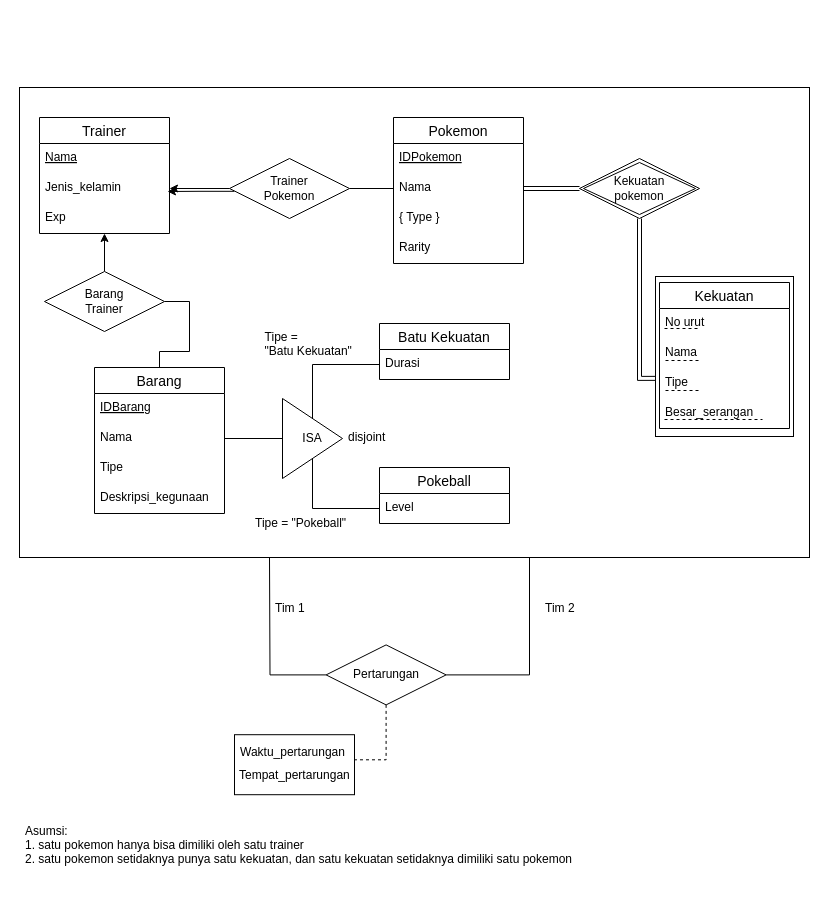
codfikri/coursera-test keeps this draw.io diagram as ER minggu 9 2.drawio. Above is the earlier version. Source tidied: cells renumbered, new cells numbered last; positions are measured from the earlier drawing's top-left corner, leaving out a move shared by most shapes. Both pictures are drawn from the tidied source at 100%, with x=0, y=0 at pixel (19, 87).
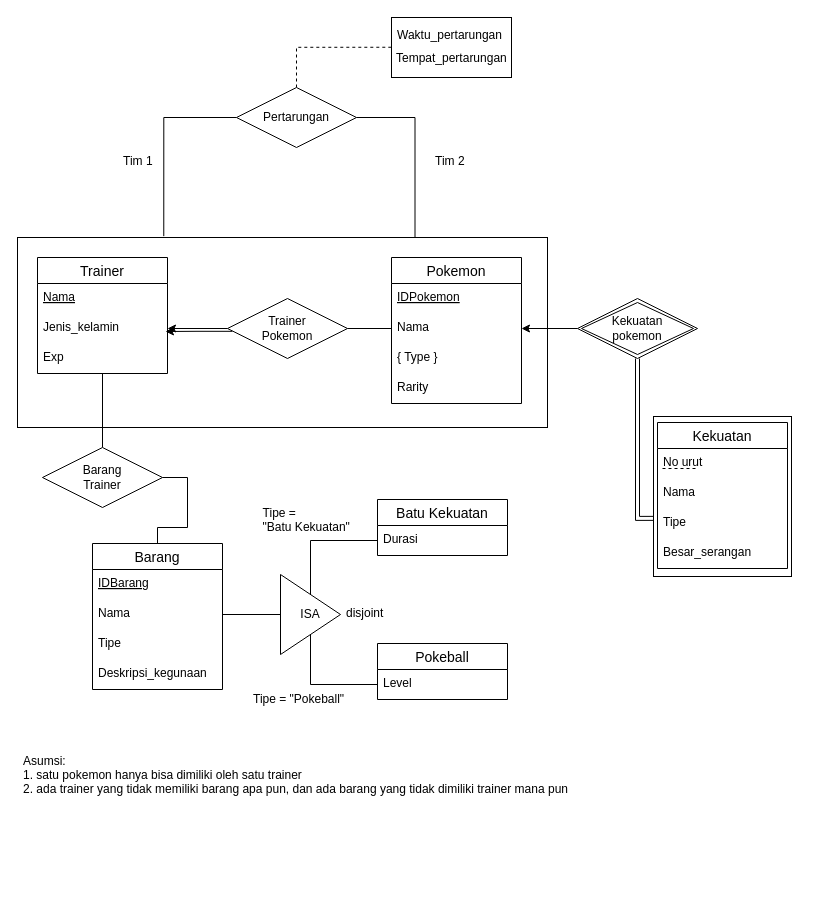
After the change.

Unchanged cells that the change refers to:
```xml
<mxCell id="10" value="Nama" style="text;strokeColor=none;fillColor=none;spacingLeft=4;spacingRight=4;overflow=hidden;points=[[0,0.5],[1,0.5]];portConstraint=eastwest;fontSize=12;" parent="8" vertex="1">
  <mxGeometry y="56" width="130" height="30" as="geometry" />
</mxCell>
```

The edit, as a diff of the source:
```diff
@@
-    <mxCell id="2" style="rounded=0;whiteSpace=wrap;html=1;" parent="1" vertex="1">
-      <mxGeometry width="790" height="470" as="geometry" />
-    </mxCell>
+    <mxCell id="58" style="rounded=0;whiteSpace=wrap;html=1;" parent="1" vertex="1">
+      <mxGeometry x="-2" y="150" width="530" height="190" as="geometry" />
+    </mxCell>
     <mxCell id="3" style="rounded=0;whiteSpace=wrap;html=1;" parent="1" vertex="1">
-      <mxGeometry x="636" y="189" width="138" height="160" as="geometry" />
+      <mxGeometry x="634" y="329" width="138" height="160" as="geometry" />
     </mxCell>
     <mxCell id="4" value="Trainer" style="swimlane;fontStyle=0;horizontal=1;startSize=26;align=center;fontSize=14;" parent="1" vertex="1">
-      <mxGeometry x="20" y="30" width="130" height="116" as="geometry" />
+      <mxGeometry x="18" y="170" width="130" height="116" as="geometry" />
     </mxCell>
@@
     <mxCell id="8" value="Pokemon" style="swimlane;fontStyle=0;horizontal=1;startSize=26;align=center;fontSize=14;" parent="1" vertex="1">
-      <mxGeometry x="374" y="30" width="130" height="146" as="geometry" />
+      <mxGeometry x="372" y="170" width="130" height="146" as="geometry" />
     </mxCell>
@@
     <mxCell id="13" value="Kekuatan" style="swimlane;fontStyle=0;horizontal=1;startSize=26;align=center;fontSize=14;" parent="1" vertex="1">
-      <mxGeometry x="640" y="195" width="130" height="146" as="geometry" />
+      <mxGeometry x="638" y="335" width="130" height="146" as="geometry" />
     </mxCell>
@@
     <mxCell id="21" value="Trainer&lt;br&gt;Pokemon" style="shape=rhombus;perimeter=rhombusPerimeter;whiteSpace=wrap;html=1;align=center;" parent="1" vertex="1">
-      <mxGeometry x="210" y="71" width="120" height="60" as="geometry" />
+      <mxGeometry x="208" y="211" width="120" height="60" as="geometry" />
     </mxCell>
-    <mxCell id="22" style="edgeStyle=orthogonalEdgeStyle;rounded=0;jettySize=auto;html=1;exitX=0;exitY=0.5;exitDx=0;exitDy=0;entryX=0.28;entryY=0.999;entryDx=0;entryDy=0;entryPerimeter=0;endArrow=none;endFill=0;" parent="1" edge="1" source="25">
-      <mxGeometry relative="1" as="geometry">
-        <mxPoint x="250" y="470.2" as="targetPoint" />
-      </mxGeometry>
-    </mxCell>
-    <mxCell id="23" style="edgeStyle=orthogonalEdgeStyle;rounded=0;jettySize=auto;html=1;exitX=1;exitY=0.5;exitDx=0;exitDy=0;endArrow=none;endFill=0;" parent="1" edge="1" source="25">
-      <mxGeometry relative="1" as="geometry">
-        <mxPoint x="510" y="470" as="targetPoint" />
-        <Array as="points">
-          <mxPoint x="510" y="587.2" />
-          <mxPoint x="510" y="470.2" />
-        </Array>
-      </mxGeometry>
-    </mxCell>
-    <mxCell id="24" style="edgeStyle=orthogonalEdgeStyle;rounded=0;jettySize=auto;html=1;exitX=0.5;exitY=1;exitDx=0;exitDy=0;entryX=0.797;entryY=-0.063;entryDx=0;entryDy=0;entryPerimeter=0;endArrow=none;endFill=0;dashed=1;" parent="1" edge="1" source="25" target="29">
-      <mxGeometry relative="1" as="geometry" />
-    </mxCell>
-    <mxCell id="25" value="Pertarungan" style="shape=rhombus;perimeter=rhombusPerimeter;whiteSpace=wrap;html=1;align=center;" parent="1" vertex="1">
-      <mxGeometry x="306.6" y="557.4" width="120" height="60" as="geometry" />
-    </mxCell>
-    <mxCell id="26" style="edgeStyle=orthogonalEdgeStyle;rounded=0;jettySize=auto;html=1;exitX=1;exitY=0.5;exitDx=0;exitDy=0;entryX=0;entryY=0.5;entryDx=0;entryDy=0;endArrow=none;endFill=0;shape=link;" parent="1" edge="1" source="10" target="56">
+    <mxCell id="26" style="edgeStyle=orthogonalEdgeStyle;rounded=0;jettySize=auto;html=1;exitX=0;exitY=0.5;exitDx=0;exitDy=0;entryX=1;entryY=0.5;entryDx=0;entryDy=0;endArrow=classic;endFill=1;" parent="1" edge="1" source="56" target="10">
       <mxGeometry relative="1" as="geometry" />
     </mxCell>
     <mxCell id="27" style="rounded=0;whiteSpace=wrap;html=1;" parent="1" vertex="1">
-      <mxGeometry x="215" y="647.2" width="120" height="60" as="geometry" />
+      <mxGeometry x="372" y="-70" width="120" height="60" as="geometry" />
     </mxCell>
     <mxCell id="28" value="Waktu_pertarungan" style="text;strokeColor=none;fillColor=none;spacingLeft=4;spacingRight=4;overflow=hidden;fontSize=12;" parent="1" vertex="1">
-      <mxGeometry x="215" y="651.2" width="130" height="30" as="geometry" />
+      <mxGeometry x="372" y="-66" width="130" height="30" as="geometry" />
     </mxCell>
     <mxCell id="29" value="Tempat_pertarungan" style="text;strokeColor=none;fillColor=none;spacingLeft=4;spacingRight=4;overflow=hidden;points=[[0,0.5],[1,0.5]];portConstraint=eastwest;fontSize=12;" parent="1" vertex="1">
-      <mxGeometry x="214" y="674.2" width="130" height="30" as="geometry" />
+      <mxGeometry x="371" y="-43" width="130" height="30" as="geometry" />
     </mxCell>
     <mxCell id="30" value="Tim 1" style="text;strokeColor=none;fillColor=none;spacingLeft=4;spacingRight=4;overflow=hidden;fontSize=12;" parent="1" vertex="1">
-      <mxGeometry x="250" y="507.2" width="130" height="30" as="geometry" />
+      <mxGeometry x="98" y="60" width="130" height="30" as="geometry" />
     </mxCell>
     <mxCell id="31" value="Tim 2" style="text;strokeColor=none;fillColor=none;spacingLeft=4;spacingRight=4;overflow=hidden;fontSize=12;" parent="1" vertex="1">
-      <mxGeometry x="520" y="507.2" width="130" height="30" as="geometry" />
+      <mxGeometry x="410" y="60" width="130" height="30" as="geometry" />
     </mxCell>
     <mxCell id="32" value="Barang" style="swimlane;fontStyle=0;horizontal=1;startSize=26;align=center;fontSize=14;" parent="1" vertex="1">
-      <mxGeometry x="75" y="280" width="130" height="146" as="geometry" />
+      <mxGeometry x="73" y="456" width="130" height="146" as="geometry" />
     </mxCell>
@@
-    <mxCell id="37" style="edgeStyle=orthogonalEdgeStyle;rounded=0;jettySize=auto;html=1;exitX=0.5;exitY=0;exitDx=0;exitDy=0;entryX=0.5;entryY=1;entryDx=0;entryDy=0;endArrow=classic;endFill=1;" parent="1" edge="1" source="39" target="4">
+    <mxCell id="37" style="edgeStyle=orthogonalEdgeStyle;rounded=0;jettySize=auto;html=1;exitX=0.5;exitY=0;exitDx=0;exitDy=0;entryX=0.5;entryY=1;entryDx=0;entryDy=0;endArrow=none;endFill=0;" parent="1" edge="1" source="39" target="4">
       <mxGeometry relative="1" as="geometry" />
     </mxCell>
     <mxCell id="38" style="edgeStyle=orthogonalEdgeStyle;rounded=0;jettySize=auto;html=1;exitX=1;exitY=0.5;exitDx=0;exitDy=0;entryX=0.5;entryY=0;entryDx=0;entryDy=0;endArrow=none;endFill=0;" parent="1" edge="1" source="39" target="32">
       <mxGeometry relative="1" as="geometry">
         <Array as="points">
-          <mxPoint x="170" y="214" />
-          <mxPoint x="170" y="264" />
-          <mxPoint x="140" y="264" />
+          <mxPoint x="168" y="390" />
+          <mxPoint x="168" y="440" />
+          <mxPoint x="138" y="440" />
         </Array>
       </mxGeometry>
     </mxCell>
     <mxCell id="39" value="Barang&lt;br&gt;Trainer" style="shape=rhombus;perimeter=rhombusPerimeter;whiteSpace=wrap;html=1;align=center;" parent="1" vertex="1">
-      <mxGeometry x="25" y="184" width="120" height="60" as="geometry" />
+      <mxGeometry x="23" y="360" width="120" height="60" as="geometry" />
     </mxCell>
@@
     <mxCell id="42" value="ISA" style="triangle;whiteSpace=wrap;html=1;" parent="1" vertex="1">
-      <mxGeometry x="263" y="311" width="60" height="80" as="geometry" />
+      <mxGeometry x="261" y="487" width="60" height="80" as="geometry" />
     </mxCell>
@@
     <mxCell id="44" value="Batu Kekuatan" style="swimlane;fontStyle=0;horizontal=1;startSize=26;align=center;fontSize=14;" parent="1" vertex="1">
-      <mxGeometry x="360" y="236" width="130" height="56" as="geometry" />
+      <mxGeometry x="358" y="412" width="130" height="56" as="geometry" />
     </mxCell>
@@
     <mxCell id="46" value="Pokeball" style="swimlane;fontStyle=0;horizontal=1;startSize=26;align=center;fontSize=14;" parent="1" vertex="1">
-      <mxGeometry x="360" y="380" width="130" height="56" as="geometry" />
+      <mxGeometry x="358" y="556" width="130" height="56" as="geometry" />
     </mxCell>
@@
     <mxCell id="48" value="Tipe =&#10;&quot;Batu Kekuatan&quot;" style="text;strokeColor=none;fillColor=none;spacingLeft=4;spacingRight=4;overflow=hidden;fontSize=12;" parent="1" vertex="1">
-      <mxGeometry x="239.6" y="236" width="130" height="30" as="geometry" />
+      <mxGeometry x="237.6" y="412" width="130" height="30" as="geometry" />
     </mxCell>
     <mxCell id="49" value="Tipe = &quot;Pokeball&quot;" style="text;strokeColor=none;fillColor=none;spacingLeft=4;spacingRight=4;overflow=hidden;fontSize=12;" parent="1" vertex="1">
-      <mxGeometry x="230" y="422" width="130" height="30" as="geometry" />
+      <mxGeometry x="228" y="598" width="130" height="30" as="geometry" />
     </mxCell>
     <mxCell id="50" value="disjoint" style="text;strokeColor=none;fillColor=none;spacingLeft=4;spacingRight=4;overflow=hidden;fontSize=12;" parent="1" vertex="1">
-      <mxGeometry x="323" y="336" width="130" height="30" as="geometry" />
+      <mxGeometry x="321" y="512" width="130" height="30" as="geometry" />
     </mxCell>
     <mxCell id="51" style="edgeStyle=orthogonalEdgeStyle;rounded=0;jettySize=auto;html=1;exitX=0.04;exitY=0.547;exitDx=0;exitDy=0;entryX=1;entryY=0.5;entryDx=0;entryDy=0;endArrow=classic;endFill=1;exitPerimeter=0;" parent="1" edge="1" source="21">
       <mxGeometry relative="1" as="geometry">
-        <mxPoint x="148" y="104" as="targetPoint" />
+        <mxPoint x="146" y="244" as="targetPoint" />
       </mxGeometry>
     </mxCell>
-    <mxCell id="52" value="Asumsi:&#10;1. satu pokemon hanya bisa dimiliki oleh satu trainer&#10;2. satu pokemon setidaknya punya satu kekuatan, dan satu kekuatan setidaknya dimiliki satu pokemon" style="text;strokeColor=none;fillColor=none;spacingLeft=4;spacingRight=4;overflow=hidden;fontSize=12;" parent="1" vertex="1">
-      <mxGeometry y="730" width="650" height="70" as="geometry" />
+    <mxCell id="52" value="Asumsi:&#10;1. satu pokemon hanya bisa dimiliki oleh satu trainer&#10;2. ada trainer yang tidak memiliki barang apa pun, dan ada barang yang tidak dimiliki trainer mana pun" style="text;strokeColor=none;fillColor=none;spacingLeft=4;spacingRight=4;overflow=hidden;fontSize=12;" parent="1" vertex="1">
+      <mxGeometry x="-2" y="660" width="650" height="70" as="geometry" />
     </mxCell>
-    <mxCell id="53" style="endArrow=none;html=1;rounded=0;dashed=1;" parent="1" edge="1">
-      <mxGeometry relative="1" as="geometry">
-        <mxPoint x="646" y="273" as="sourcePoint" />
-        <mxPoint x="681" y="273" as="targetPoint" />
-      </mxGeometry>
-    </mxCell>
-    <mxCell id="54" style="line;strokeWidth=1;dashed=1;labelPosition=right;align=left;verticalAlign=middle;spacingTop=0;spacingLeft=6;" parent="1" vertex="1">
-      <mxGeometry x="645" y="327" width="98" height="10" as="geometry" />
-    </mxCell>
@@
     <mxCell id="56" value="Kekuatan &lt;br&gt;pokemon" style="shape=rhombus;double=1;perimeter=rhombusPerimeter;whiteSpace=wrap;html=1;align=center;" parent="1" vertex="1">
-      <mxGeometry x="560" y="71" width="120" height="60" as="geometry" />
+      <mxGeometry x="558" y="211" width="120" height="60" as="geometry" />
     </mxCell>
-    <mxCell id="57" style="endArrow=none;html=1;rounded=0;dashed=1;" parent="1" edge="1">
-      <mxGeometry relative="1" as="geometry">
-        <mxPoint x="646" y="303" as="sourcePoint" />
-        <mxPoint x="681" y="303" as="targetPoint" />
-      </mxGeometry>
-    </mxCell>
+    <mxCell id="59" style="edgeStyle=orthogonalEdgeStyle;rounded=0;jettySize=auto;html=1;exitX=0;exitY=0.5;exitDx=0;exitDy=0;entryX=0.276;entryY=-0.007;entryDx=0;entryDy=0;entryPerimeter=0;endArrow=none;endFill=0;" parent="1" edge="1" source="25" target="58">
+      <mxGeometry relative="1" as="geometry" />
+    </mxCell>
+    <mxCell id="60" style="edgeStyle=orthogonalEdgeStyle;rounded=0;jettySize=auto;html=1;exitX=1;exitY=0.5;exitDx=0;exitDy=0;entryX=0.75;entryY=0;entryDx=0;entryDy=0;endArrow=none;endFill=0;" parent="1" edge="1" source="25" target="58">
+      <mxGeometry relative="1" as="geometry">
+        <Array as="points">
+          <mxPoint x="396" y="30" />
+        </Array>
+      </mxGeometry>
+    </mxCell>
+    <mxCell id="24" style="edgeStyle=orthogonalEdgeStyle;rounded=0;jettySize=auto;html=1;exitX=0.5;exitY=0;exitDx=0;exitDy=0;entryX=0.01;entryY=0.092;entryDx=0;entryDy=0;entryPerimeter=0;endArrow=none;endFill=0;dashed=1;" parent="1" edge="1" source="25" target="29">
+      <mxGeometry relative="1" as="geometry" />
+    </mxCell>
+    <mxCell id="25" value="Pertarungan" style="shape=rhombus;perimeter=rhombusPerimeter;whiteSpace=wrap;html=1;align=center;" parent="1" vertex="1">
+      <mxGeometry x="217" width="120" height="60" as="geometry" />
+    </mxCell>
```
